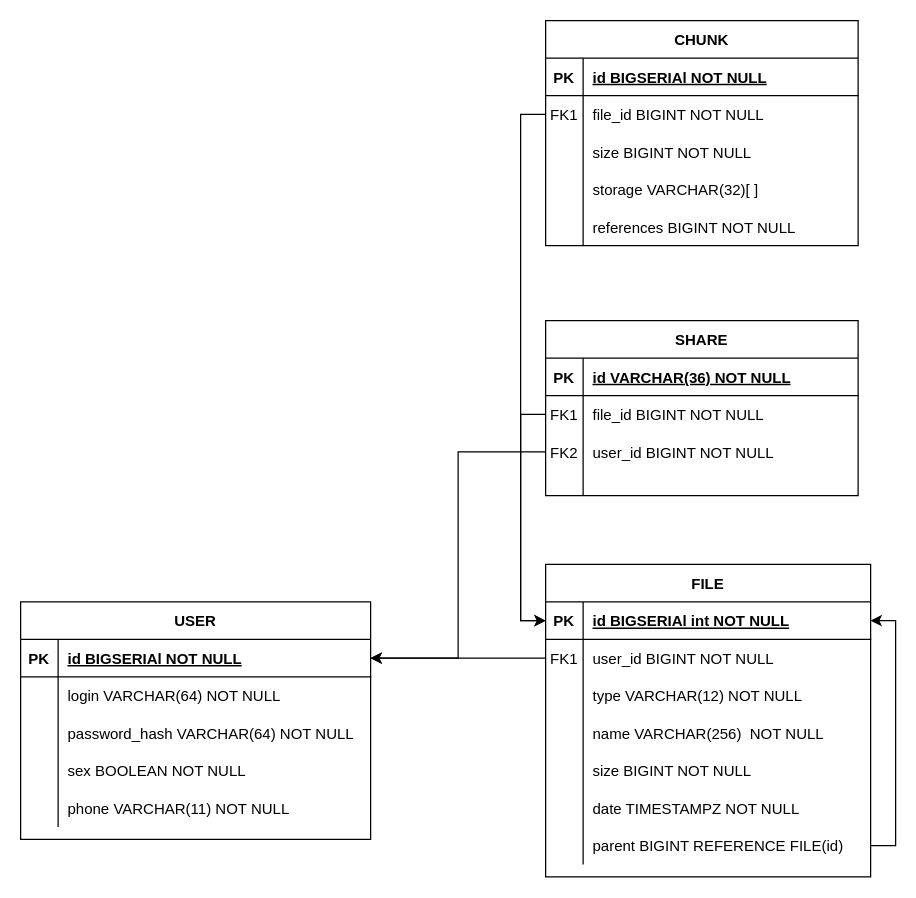
Earlier version of the draw.io diagram other/db_scheme.drawio (nickeskov/highload-course-work). Source tidied: cells renumbered, new cells numbered last; positions are measured from the earlier drawing's top-left corner, leaving out a move shared by most shapes. Both pictures are drawn from the tidied source at 125%, with x=0, y=0 at pixel (20, 20).
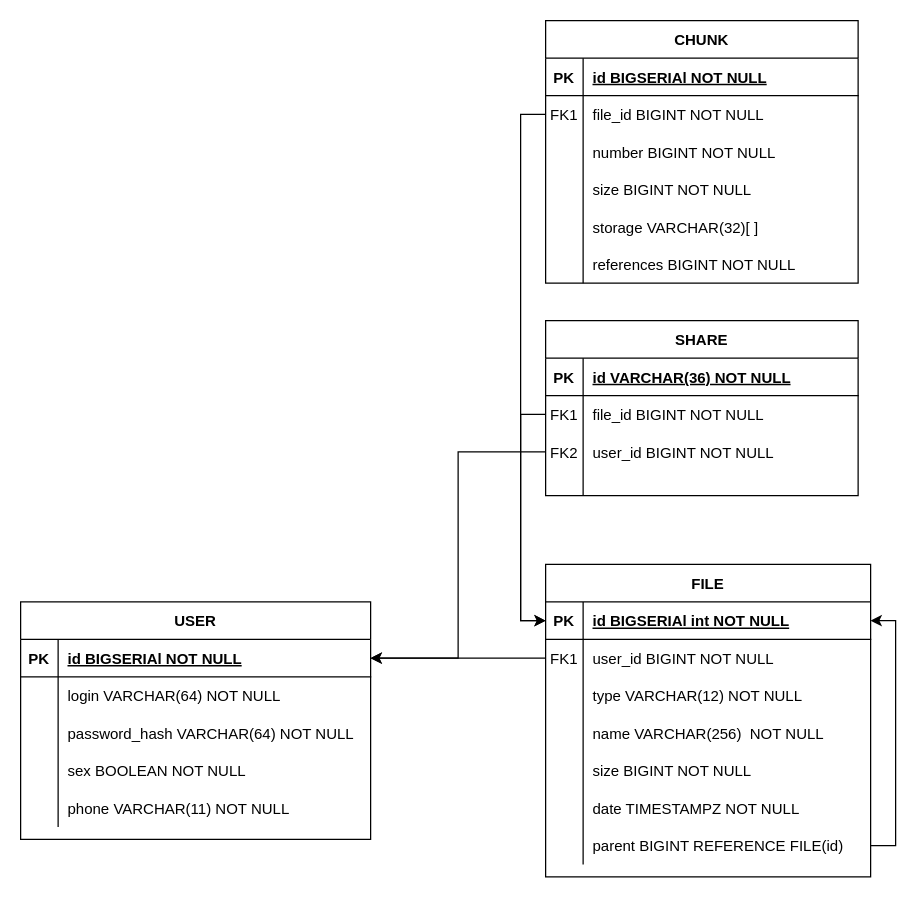
Above is the later version.

Diff of the diagram source:
```diff
@@
     <mxCell id="25" value="CHUNK" style="shape=table;startSize=30;childLayout=tableLayout;rowLines=0;fontStyle=1;align=center;" parent="1" vertex="1">
-      <mxGeometry x="420" width="250" height="180" as="geometry" />
+      <mxGeometry x="420" width="250" height="210" as="geometry" />
     </mxCell>
@@
+    <mxCell id="74" style="shape=partialRectangle;fillColor=none;top=0;left=0;right=0;bottom=0;" parent="25" vertex="1">
+      <mxGeometry y="90" width="250" height="30" as="geometry" />
+    </mxCell>
+    <mxCell id="75" style="shape=partialRectangle;overflow=hidden;fillColor=none;top=0;left=0;bottom=0;right=0;" parent="74" vertex="1">
+      <mxGeometry width="30" height="30" as="geometry" />
+    </mxCell>
+    <mxCell id="76" value="number BIGINT NOT NULL" style="shape=partialRectangle;overflow=hidden;fillColor=none;top=0;left=0;bottom=0;right=0;align=left;spacingLeft=6;" parent="74" vertex="1">
+      <mxGeometry x="30" width="220" height="30" as="geometry" />
+    </mxCell>
     <mxCell id="32" style="shape=partialRectangle;fillColor=none;top=0;left=0;right=0;bottom=0;" parent="25" vertex="1">
-      <mxGeometry y="90" width="250" height="30" as="geometry" />
+      <mxGeometry y="120" width="250" height="30" as="geometry" />
     </mxCell>
@@
     <mxCell id="35" style="shape=partialRectangle;fillColor=none;top=0;left=0;right=0;bottom=0;" parent="25" vertex="1">
-      <mxGeometry y="120" width="250" height="30" as="geometry" />
+      <mxGeometry y="150" width="250" height="30" as="geometry" />
     </mxCell>
@@
     <mxCell id="38" style="shape=partialRectangle;fillColor=none;top=0;left=0;right=0;bottom=0;" parent="25" vertex="1">
-      <mxGeometry y="150" width="250" height="30" as="geometry" />
+      <mxGeometry y="180" width="250" height="30" as="geometry" />
     </mxCell>
```
